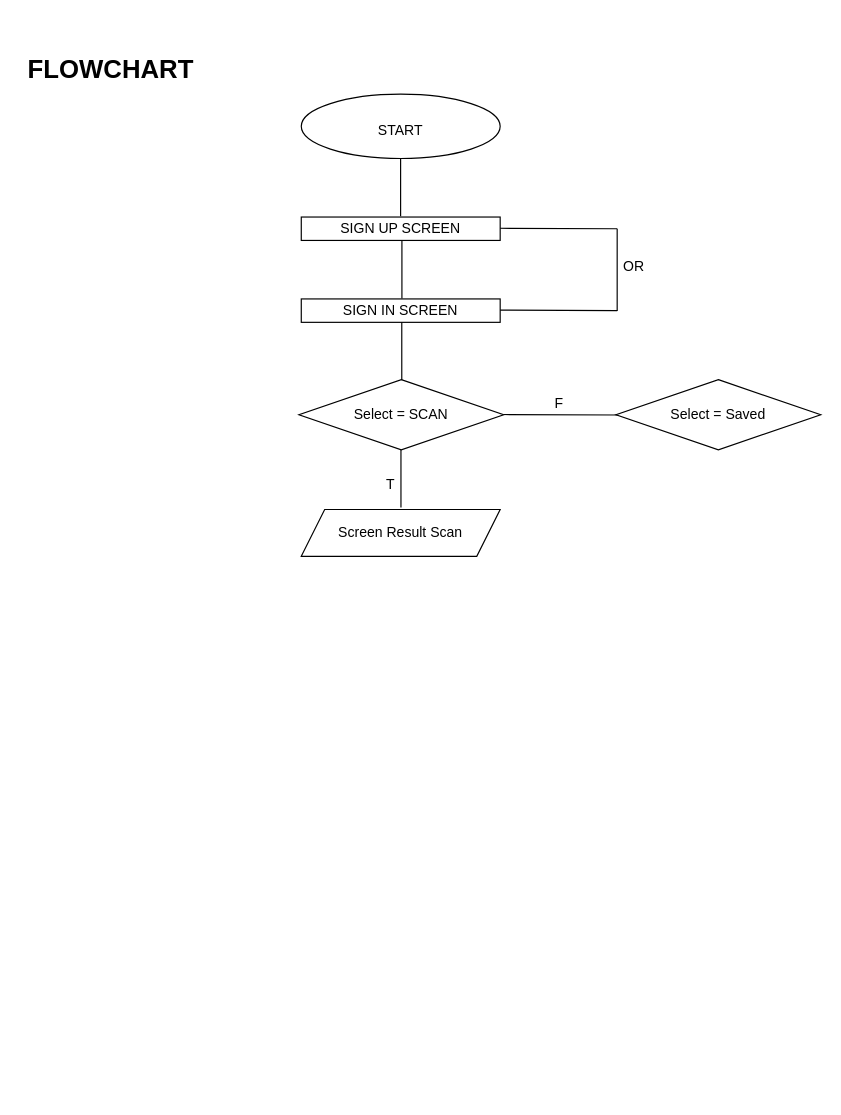
Earlier version of the draw.io diagram page "Page-2" (2 of 2) of Untitled Diagram.drawio (yldin/Capstone-Project). Source tidied: cells renumbered, new cells numbered last; positions are measured from the earlier drawing's top-left corner, leaving out a move shared by most shapes. Both pictures are drawn from the tidied source at 117%, with x=0, y=0 at pixel (20, 53).
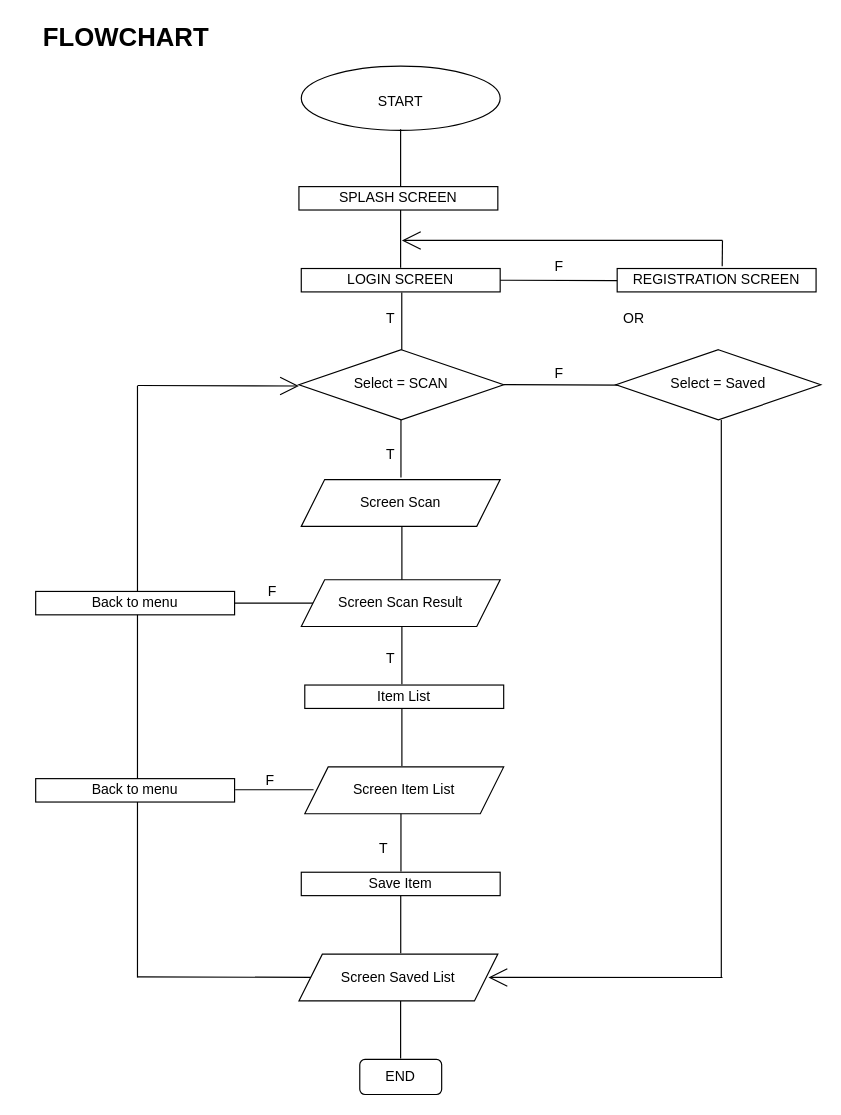
After the change.

The edit, as a diff of the source:
```diff
@@
     <mxCell id="2" value="&lt;span style=&quot;font-size: 12px;&quot;&gt;START&lt;/span&gt;" style="ellipse;whiteSpace=wrap;html=1;fontSize=22;" parent="1" vertex="1">
-      <mxGeometry x="240" y="35" width="170" height="55" as="geometry" />
+      <mxGeometry x="240" y="11" width="170" height="55" as="geometry" />
     </mxCell>
     <mxCell id="3" value="FLOWCHART&amp;nbsp;" style="text;html=1;align=center;verticalAlign=middle;strokeColor=none;fillColor=none;fontSize=22;fontStyle=1;" parent="1" vertex="1">
-      <mxGeometry width="160" height="30" as="geometry" />
+      <mxGeometry x="13" y="-28" width="160" height="30" as="geometry" />
     </mxCell>
-    <mxCell id="4" value="SIGN UP SCREEN" style="rounded=0;whiteSpace=wrap;html=1;fontSize=12;" parent="1" vertex="1">
-      <mxGeometry x="240" y="140" width="170" height="20" as="geometry" />
+    <mxCell id="4" value="LOGIN SCREEN" style="rounded=0;whiteSpace=wrap;html=1;fontSize=12;" parent="1" vertex="1">
+      <mxGeometry x="240" y="184" width="170" height="20" as="geometry" />
     </mxCell>
-    <mxCell id="5" style="endArrow=none;html=1;rounded=0;fontSize=12;entryX=0.506;entryY=1.017;entryDx=0;entryDy=0;exitX=0.506;exitY=-0.017;exitDx=0;exitDy=0;exitPerimeter=0;entryPerimeter=0;" parent="1" edge="1" source="6" target="4">
-      <mxGeometry relative="1" as="geometry" />
-    </mxCell>
-    <mxCell id="6" value="SIGN IN SCREEN" style="rounded=0;whiteSpace=wrap;html=1;fontSize=12;" parent="1" vertex="1">
-      <mxGeometry x="240" y="210" width="170" height="20" as="geometry" />
+    <mxCell id="6" value="REGISTRATION SCREEN" style="rounded=0;whiteSpace=wrap;html=1;fontSize=12;" parent="1" vertex="1">
+      <mxGeometry x="510" y="184" width="170" height="20" as="geometry" />
     </mxCell>
-    <mxCell id="7" style="endArrow=none;html=1;rounded=0;fontSize=12;" parent="1" edge="1">
-      <mxGeometry relative="1" as="geometry">
-        <mxPoint x="410" y="149.6" as="sourcePoint" />
-        <mxPoint x="510" y="150" as="targetPoint" />
-      </mxGeometry>
-    </mxCell>
-    <mxCell id="8" style="endArrow=none;html=1;rounded=0;fontSize=12;" parent="1" edge="1">
-      <mxGeometry relative="1" as="geometry">
-        <mxPoint x="510" y="150" as="sourcePoint" />
-        <mxPoint x="510" y="220.4" as="targetPoint" />
-      </mxGeometry>
-    </mxCell>
     <mxCell id="9" style="endArrow=none;html=1;rounded=0;fontSize=12;" parent="1" edge="1">
       <mxGeometry relative="1" as="geometry">
-        <mxPoint x="410" y="219.6" as="sourcePoint" />
-        <mxPoint x="510" y="220" as="targetPoint" />
+        <mxPoint x="410" y="194" as="sourcePoint" />
+        <mxPoint x="510" y="194.4" as="targetPoint" />
       </mxGeometry>
     </mxCell>
     <mxCell id="10" value="OR" style="text;html=1;align=center;verticalAlign=middle;strokeColor=none;fillColor=none;fontSize=12;" parent="1" vertex="1">
-      <mxGeometry x="509" y="173" width="30" height="20" as="geometry" />
+      <mxGeometry x="509" y="217" width="30" height="20" as="geometry" />
     </mxCell>
     <mxCell id="11" style="endArrow=none;html=1;rounded=0;fontSize=12;entryX=0.506;entryY=1.017;entryDx=0;entryDy=0;exitX=0.506;exitY=-0.017;exitDx=0;exitDy=0;exitPerimeter=0;entryPerimeter=0;" parent="1" edge="1">
       <mxGeometry relative="1" as="geometry">
-        <mxPoint x="324.9" y="139.3" as="sourcePoint" />
-        <mxPoint x="324.9" y="90" as="targetPoint" />
+        <mxPoint x="324.9" y="183.3" as="sourcePoint" />
+        <mxPoint x="324.9" y="134" as="targetPoint" />
       </mxGeometry>
     </mxCell>
     <mxCell id="12" style="endArrow=none;html=1;rounded=0;fontSize=12;entryX=0.506;entryY=1.017;entryDx=0;entryDy=0;exitX=0.506;exitY=-0.017;exitDx=0;exitDy=0;exitPerimeter=0;entryPerimeter=0;" parent="1" edge="1">
       <mxGeometry relative="1" as="geometry">
-        <mxPoint x="325.9" y="279.3" as="sourcePoint" />
-        <mxPoint x="325.9" y="230" as="targetPoint" />
+        <mxPoint x="325.9" y="253.7" as="sourcePoint" />
+        <mxPoint x="325.9" y="204.4" as="targetPoint" />
       </mxGeometry>
     </mxCell>
     <mxCell id="13" value="Select = SCAN" style="rhombus;whiteSpace=wrap;html=1;fontSize=12;" parent="1" vertex="1">
-      <mxGeometry x="238" y="279" width="175" height="60" as="geometry" />
+      <mxGeometry x="238" y="253.4" width="175" height="60" as="geometry" />
     </mxCell>
     <mxCell id="14" style="endArrow=none;html=1;rounded=0;fontSize=12;" parent="1" edge="1">
       <mxGeometry relative="1" as="geometry">
-        <mxPoint x="413" y="308.8" as="sourcePoint" />
-        <mxPoint x="513" y="309.2" as="targetPoint" />
+        <mxPoint x="413" y="283.2" as="sourcePoint" />
+        <mxPoint x="513" y="283.6" as="targetPoint" />
       </mxGeometry>
     </mxCell>
     <mxCell id="15" value="F" style="text;html=1;align=center;verticalAlign=middle;strokeColor=none;fillColor=none;fontSize=12;" parent="1" vertex="1">
-      <mxGeometry x="450" y="290" width="20" height="20" as="geometry" />
+      <mxGeometry x="450" y="264.4" width="20" height="20" as="geometry" />
     </mxCell>
     <mxCell id="16" value="T" style="text;html=1;align=center;verticalAlign=middle;strokeColor=none;fillColor=none;fontSize=12;" parent="1" vertex="1">
-      <mxGeometry x="306" y="359" width="20" height="20" as="geometry" />
+      <mxGeometry x="306" y="333.4" width="20" height="20" as="geometry" />
     </mxCell>
     <mxCell id="17" style="endArrow=none;html=1;rounded=0;fontSize=12;entryX=0.506;entryY=1.017;entryDx=0;entryDy=0;exitX=0.506;exitY=-0.017;exitDx=0;exitDy=0;exitPerimeter=0;entryPerimeter=0;" parent="1" edge="1">
       <mxGeometry relative="1" as="geometry">
-        <mxPoint x="325.2" y="388.3" as="sourcePoint" />
-        <mxPoint x="325.2" y="339" as="targetPoint" />
+        <mxPoint x="325.2" y="362.7" as="sourcePoint" />
+        <mxPoint x="325.2" y="313.4" as="targetPoint" />
       </mxGeometry>
     </mxCell>
-    <mxCell id="18" value="Screen Result Scan" style="shape=parallelogram;perimeter=parallelogramPerimeter;whiteSpace=wrap;html=1;fixedSize=1;fontSize=12;" parent="1" vertex="1">
-      <mxGeometry x="240" y="390" width="170" height="40" as="geometry" />
+    <mxCell id="18" value="Screen Scan" style="shape=parallelogram;perimeter=parallelogramPerimeter;whiteSpace=wrap;html=1;fixedSize=1;fontSize=12;" parent="1" vertex="1">
+      <mxGeometry x="240" y="364.4" width="170" height="40" as="geometry" />
     </mxCell>
     <mxCell id="19" value="Select = Saved" style="rhombus;whiteSpace=wrap;html=1;fontSize=12;" parent="1" vertex="1">
-      <mxGeometry x="509" y="279" width="175" height="60" as="geometry" />
+      <mxGeometry x="509" y="253.4" width="175" height="60" as="geometry" />
     </mxCell>
+    <mxCell id="20" value="SPLASH SCREEN" style="rounded=0;whiteSpace=wrap;html=1;fontSize=12;" parent="1" vertex="1">
+      <mxGeometry x="238" y="114" width="170" height="20" as="geometry" />
+    </mxCell>
+    <mxCell id="21" style="endArrow=none;html=1;rounded=0;fontSize=12;entryX=0.506;entryY=1.017;entryDx=0;entryDy=0;exitX=0.506;exitY=-0.017;exitDx=0;exitDy=0;exitPerimeter=0;entryPerimeter=0;" parent="1" edge="1">
+      <mxGeometry relative="1" as="geometry">
+        <mxPoint x="324.9" y="114.3" as="sourcePoint" />
+        <mxPoint x="324.9" y="65" as="targetPoint" />
+      </mxGeometry>
+    </mxCell>
+    <mxCell id="22" value="T" style="text;html=1;align=center;verticalAlign=middle;strokeColor=none;fillColor=none;fontSize=12;" parent="1" vertex="1">
+      <mxGeometry x="306" y="217" width="20" height="20" as="geometry" />
+    </mxCell>
+    <mxCell id="23" value="F" style="text;html=1;align=center;verticalAlign=middle;strokeColor=none;fillColor=none;fontSize=12;" parent="1" vertex="1">
+      <mxGeometry x="450" y="173" width="20" height="20" as="geometry" />
+    </mxCell>
+    <mxCell id="24" style="endArrow=none;html=1;rounded=0;fontSize=12;entryX=0.528;entryY=-0.094;entryDx=0;entryDy=0;entryPerimeter=0;" parent="1" edge="1" target="6">
+      <mxGeometry relative="1" as="geometry">
+        <mxPoint x="600" y="160" as="sourcePoint" />
+      </mxGeometry>
+    </mxCell>
+    <mxCell id="25" style="edgeStyle=none;orthogonalLoop=1;jettySize=auto;html=1;rounded=0;endArrow=open;startSize=14;endSize=14;sourcePerimeterSpacing=8;targetPerimeterSpacing=8;curved=1;" parent="1" edge="1">
+      <mxGeometry relative="1" as="geometry">
+        <mxPoint x="600" y="160" as="sourcePoint" />
+        <mxPoint x="326" y="160" as="targetPoint" />
+      </mxGeometry>
+    </mxCell>
+    <mxCell id="26" style="endArrow=none;html=1;rounded=0;fontSize=12;entryX=0.506;entryY=1.017;entryDx=0;entryDy=0;exitX=0.506;exitY=-0.017;exitDx=0;exitDy=0;exitPerimeter=0;entryPerimeter=0;" parent="1" edge="1">
+      <mxGeometry relative="1" as="geometry">
+        <mxPoint x="326" y="453.7" as="sourcePoint" />
+        <mxPoint x="326" y="404.4" as="targetPoint" />
+      </mxGeometry>
+    </mxCell>
+    <mxCell id="27" value="Screen Scan Result" style="shape=parallelogram;perimeter=parallelogramPerimeter;whiteSpace=wrap;html=1;fixedSize=1;fontSize=12;" parent="1" vertex="1">
+      <mxGeometry x="240" y="450" width="170" height="40" as="geometry" />
+    </mxCell>
+    <mxCell id="28" style="endArrow=none;html=1;rounded=0;fontSize=12;entryX=0.506;entryY=1.017;entryDx=0;entryDy=0;exitX=0.506;exitY=-0.017;exitDx=0;exitDy=0;exitPerimeter=0;entryPerimeter=0;" parent="1" edge="1">
+      <mxGeometry relative="1" as="geometry">
+        <mxPoint x="326" y="539.3" as="sourcePoint" />
+        <mxPoint x="326" y="490" as="targetPoint" />
+      </mxGeometry>
+    </mxCell>
+    <mxCell id="29" value="Item List" style="rounded=0;whiteSpace=wrap;html=1;fontSize=12;" parent="1" vertex="1">
+      <mxGeometry x="243" y="540" width="170" height="20" as="geometry" />
+    </mxCell>
+    <mxCell id="30" style="endArrow=none;html=1;rounded=0;fontSize=12;" parent="1" edge="1">
+      <mxGeometry relative="1" as="geometry">
+        <mxPoint x="183" y="470" as="sourcePoint" />
+        <mxPoint x="250" y="470" as="targetPoint" />
+      </mxGeometry>
+    </mxCell>
+    <mxCell id="31" value="Back to menu" style="rounded=0;whiteSpace=wrap;html=1;fontSize=12;" parent="1" vertex="1">
+      <mxGeometry x="13" y="460" width="170" height="20" as="geometry" />
+    </mxCell>
+    <mxCell id="32" value="F" style="text;html=1;align=center;verticalAlign=middle;strokeColor=none;fillColor=none;fontSize=12;" parent="1" vertex="1">
+      <mxGeometry x="205" y="450" width="20" height="20" as="geometry" />
+    </mxCell>
+    <mxCell id="33" style="edgeStyle=none;orthogonalLoop=1;jettySize=auto;html=1;rounded=0;endArrow=open;startSize=14;endSize=14;sourcePerimeterSpacing=8;targetPerimeterSpacing=8;curved=1;" parent="1" edge="1">
+      <mxGeometry relative="1" as="geometry">
+        <mxPoint x="100" y="284" as="sourcePoint" />
+        <mxPoint x="238" y="284.4" as="targetPoint" />
+      </mxGeometry>
+    </mxCell>
+    <mxCell id="34" style="endArrow=none;html=1;rounded=0;fontSize=12;entryX=0.506;entryY=1.017;entryDx=0;entryDy=0;entryPerimeter=0;" parent="1" edge="1">
+      <mxGeometry relative="1" as="geometry">
+        <mxPoint x="100" y="460" as="sourcePoint" />
+        <mxPoint x="100" y="284.4" as="targetPoint" />
+      </mxGeometry>
+    </mxCell>
+    <mxCell id="35" value="T" style="text;html=1;align=center;verticalAlign=middle;strokeColor=none;fillColor=none;fontSize=12;" parent="1" vertex="1">
+      <mxGeometry x="306" y="508" width="20" height="20" as="geometry" />
+    </mxCell>
+    <mxCell id="36" style="endArrow=none;html=1;rounded=0;fontSize=12;entryX=0.506;entryY=1.017;entryDx=0;entryDy=0;exitX=0.506;exitY=-0.017;exitDx=0;exitDy=0;exitPerimeter=0;entryPerimeter=0;" parent="1" edge="1">
+      <mxGeometry relative="1" as="geometry">
+        <mxPoint x="326" y="609.3" as="sourcePoint" />
+        <mxPoint x="326" y="560" as="targetPoint" />
+      </mxGeometry>
+    </mxCell>
+    <mxCell id="37" value="Screen Item List" style="shape=parallelogram;perimeter=parallelogramPerimeter;whiteSpace=wrap;html=1;fixedSize=1;fontSize=12;" parent="1" vertex="1">
+      <mxGeometry x="243" y="610" width="170" height="40" as="geometry" />
+    </mxCell>
+    <mxCell id="38" style="endArrow=none;html=1;rounded=0;fontSize=12;entryX=0.506;entryY=1.017;entryDx=0;entryDy=0;exitX=0.506;exitY=-0.017;exitDx=0;exitDy=0;exitPerimeter=0;entryPerimeter=0;" parent="1" edge="1">
+      <mxGeometry relative="1" as="geometry">
+        <mxPoint x="325.2" y="699.3" as="sourcePoint" />
+        <mxPoint x="325.2" y="650" as="targetPoint" />
+      </mxGeometry>
+    </mxCell>
+    <mxCell id="39" value="T" style="text;html=1;align=center;verticalAlign=middle;strokeColor=none;fillColor=none;fontSize=12;" parent="1" vertex="1">
+      <mxGeometry x="300" y="670" width="20" height="20" as="geometry" />
+    </mxCell>
+    <mxCell id="40" value="Back to menu" style="rounded=0;whiteSpace=wrap;html=1;fontSize=12;" parent="1" vertex="1">
+      <mxGeometry x="13" y="620" width="170" height="20" as="geometry" />
+    </mxCell>
+    <mxCell id="41" value="F" style="text;html=1;align=center;verticalAlign=middle;strokeColor=none;fillColor=none;fontSize=12;" parent="1" vertex="1">
+      <mxGeometry x="203" y="612" width="20" height="20" as="geometry" />
+    </mxCell>
+    <mxCell id="42" style="endArrow=none;html=1;rounded=0;fontSize=12;entryX=0.5;entryY=1;entryDx=0;entryDy=0;" parent="1" edge="1">
+      <mxGeometry relative="1" as="geometry">
+        <mxPoint x="100" y="620" as="sourcePoint" />
+        <mxPoint x="100" y="480" as="targetPoint" />
+      </mxGeometry>
+    </mxCell>
+    <mxCell id="43" style="endArrow=none;html=1;rounded=0;fontSize=12;" parent="1" edge="1">
+      <mxGeometry relative="1" as="geometry">
+        <mxPoint x="183.5" y="629.5" as="sourcePoint" />
+        <mxPoint x="250.5" y="629.5" as="targetPoint" />
+      </mxGeometry>
+    </mxCell>
+    <mxCell id="44" value="Save Item" style="rounded=0;whiteSpace=wrap;html=1;fontSize=12;" parent="1" vertex="1">
+      <mxGeometry x="240" y="700" width="170" height="20" as="geometry" />
+    </mxCell>
+    <mxCell id="45" style="endArrow=none;html=1;rounded=0;fontSize=12;entryX=0.506;entryY=1.017;entryDx=0;entryDy=0;exitX=0.506;exitY=-0.017;exitDx=0;exitDy=0;exitPerimeter=0;entryPerimeter=0;" parent="1" edge="1">
+      <mxGeometry relative="1" as="geometry">
+        <mxPoint x="325" y="769.3" as="sourcePoint" />
+        <mxPoint x="325" y="720" as="targetPoint" />
+      </mxGeometry>
+    </mxCell>
+    <mxCell id="46" value="Screen Saved List" style="shape=parallelogram;perimeter=parallelogramPerimeter;whiteSpace=wrap;html=1;fixedSize=1;fontSize=12;" parent="1" vertex="1">
+      <mxGeometry x="238" y="770" width="170" height="40" as="geometry" />
+    </mxCell>
+    <mxCell id="47" style="endArrow=none;html=1;rounded=0;fontSize=12;entryX=0.506;entryY=1.017;entryDx=0;entryDy=0;entryPerimeter=0;" parent="1" edge="1">
+      <mxGeometry relative="1" as="geometry">
+        <mxPoint x="599" y="790" as="sourcePoint" />
+        <mxPoint x="599" y="313.4" as="targetPoint" />
+      </mxGeometry>
+    </mxCell>
+    <mxCell id="48" style="edgeStyle=none;orthogonalLoop=1;jettySize=auto;html=1;rounded=0;endArrow=open;startSize=14;endSize=14;sourcePerimeterSpacing=8;targetPerimeterSpacing=8;curved=1;" parent="1" edge="1">
+      <mxGeometry relative="1" as="geometry">
+        <mxPoint x="600" y="790" as="sourcePoint" />
+        <mxPoint x="400" y="789.9" as="targetPoint" />
+      </mxGeometry>
+    </mxCell>
+    <mxCell id="49" style="endArrow=none;html=1;rounded=0;fontSize=12;entryX=0.506;entryY=1.017;entryDx=0;entryDy=0;exitX=0.506;exitY=-0.017;exitDx=0;exitDy=0;exitPerimeter=0;entryPerimeter=0;" parent="1" edge="1">
+      <mxGeometry relative="1" as="geometry">
+        <mxPoint x="324.9" y="859.3" as="sourcePoint" />
+        <mxPoint x="324.9" y="810" as="targetPoint" />
+      </mxGeometry>
+    </mxCell>
+    <mxCell id="50" value="END" style="rounded=1;whiteSpace=wrap;html=1;hachureGap=4;" parent="1" vertex="1">
+      <mxGeometry x="290" y="860" width="70" height="30" as="geometry" />
+    </mxCell>
+    <mxCell id="51" style="endArrow=none;html=1;rounded=0;fontSize=12;entryX=0.5;entryY=1;entryDx=0;entryDy=0;" parent="1" edge="1">
+      <mxGeometry relative="1" as="geometry">
+        <mxPoint x="100" y="790" as="sourcePoint" />
+        <mxPoint x="100" y="640" as="targetPoint" />
+      </mxGeometry>
+    </mxCell>
+    <mxCell id="52" style="endArrow=none;html=1;rounded=0;fontSize=12;" parent="1" edge="1" target="46">
+      <mxGeometry relative="1" as="geometry">
+        <mxPoint x="100" y="789.5" as="sourcePoint" />
+      </mxGeometry>
+    </mxCell>
```
